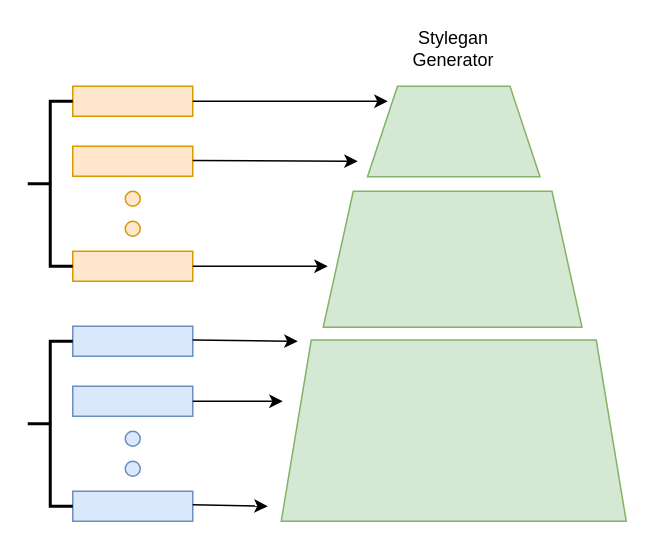
The draw.io diagram Generator.drawio in bill20201015/DCM2PNG, before the edit. Source tidied: cells renumbered, new cells numbered last; positions are measured from the earlier drawing's top-left corner, leaving out a move shared by most shapes. Both pictures are drawn from the tidied source at 150%, with x=0, y=0 at pixel (27, 26).
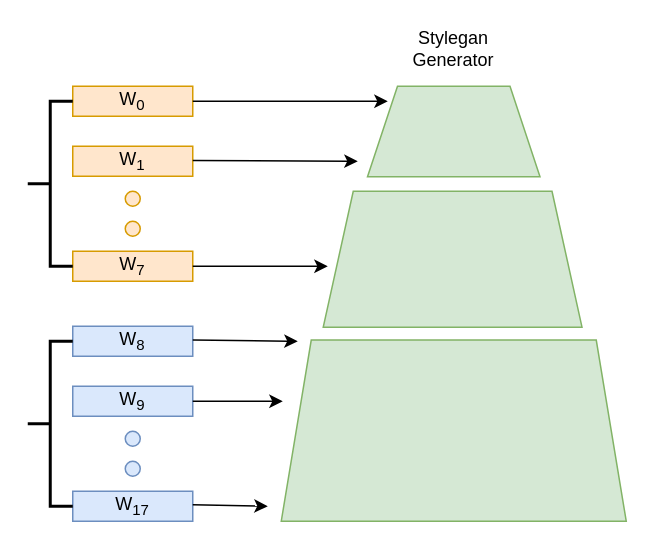
The same diagram, later.

Diff of the diagram source:
```diff
@@
-    <mxCell id="2" style="rounded=0;whiteSpace=wrap;html=1;fillColor=#ffe6cc;strokeColor=#d79b00;" parent="1" vertex="1">
+    <mxCell id="2" value="W&lt;sub&gt;0&lt;/sub&gt;" style="rounded=0;whiteSpace=wrap;html=1;fillColor=#ffe6cc;strokeColor=#d79b00;" parent="1" vertex="1">
       <mxGeometry x="30" y="40" width="80" height="20" as="geometry" />
     </mxCell>
-    <mxCell id="3" style="rounded=0;whiteSpace=wrap;html=1;fillColor=#ffe6cc;strokeColor=#d79b00;" parent="1" vertex="1">
+    <mxCell id="3" value="W&lt;sub&gt;1&lt;/sub&gt;" style="rounded=0;whiteSpace=wrap;html=1;fillColor=#ffe6cc;strokeColor=#d79b00;" parent="1" vertex="1">
       <mxGeometry x="30" y="80" width="80" height="20" as="geometry" />
     </mxCell>
-    <mxCell id="4" style="rounded=0;whiteSpace=wrap;html=1;fillColor=#ffe6cc;strokeColor=#d79b00;" parent="1" vertex="1">
+    <mxCell id="4" value="W&lt;sub&gt;7&lt;/sub&gt;" style="rounded=0;whiteSpace=wrap;html=1;fillColor=#ffe6cc;strokeColor=#d79b00;" parent="1" vertex="1">
       <mxGeometry x="30" y="150" width="80" height="20" as="geometry" />
     </mxCell>
@@
-    <mxCell id="8" style="rounded=0;whiteSpace=wrap;html=1;fillColor=#dae8fc;strokeColor=#6c8ebf;" parent="1" vertex="1">
+    <mxCell id="8" value="W&lt;sub&gt;8&lt;/sub&gt;" style="rounded=0;whiteSpace=wrap;html=1;fillColor=#dae8fc;strokeColor=#6c8ebf;" parent="1" vertex="1">
       <mxGeometry x="30" y="200" width="80" height="20" as="geometry" />
     </mxCell>
-    <mxCell id="9" style="rounded=0;whiteSpace=wrap;html=1;fillColor=#dae8fc;strokeColor=#6c8ebf;" parent="1" vertex="1">
+    <mxCell id="9" value="W&lt;sub&gt;9&lt;/sub&gt;" style="rounded=0;whiteSpace=wrap;html=1;fillColor=#dae8fc;strokeColor=#6c8ebf;" parent="1" vertex="1">
       <mxGeometry x="30" y="240" width="80" height="20" as="geometry" />
     </mxCell>
-    <mxCell id="10" style="rounded=0;whiteSpace=wrap;html=1;fillColor=#dae8fc;strokeColor=#6c8ebf;" parent="1" vertex="1">
+    <mxCell id="10" value="W&lt;sub&gt;17&lt;/sub&gt;" style="rounded=0;whiteSpace=wrap;html=1;fillColor=#dae8fc;strokeColor=#6c8ebf;" parent="1" vertex="1">
       <mxGeometry x="30" y="310" width="80" height="20" as="geometry" />
     </mxCell>
```
